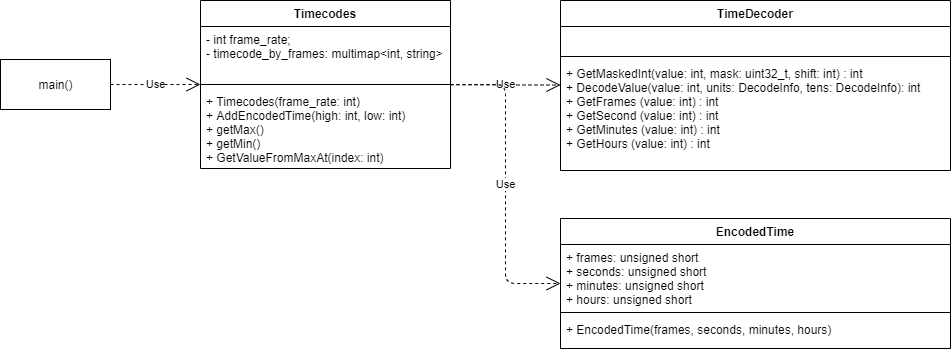
Above: images/time_decoder_diagram.png in sergio-nnz/linear-timecode-decoder (draw.io), before the change. Source tidied: cells renumbered, new cells last; positions are measured from the earlier drawing's top-left corner, leaving out a move shared by most shapes. The source it was exported from:
```xml
<mxGraphModel>
  <root>
    <mxCell id="0" />
    <mxCell id="1" parent="0" />
    <mxCell id="2" value="TimeDecoder" style="swimlane;fontStyle=1;align=center;verticalAlign=top;horizontal=1;startSize=26;" parent="1" vertex="1">
      <mxGeometry x="560" width="390" height="170" as="geometry" />
    </mxCell>
    <mxCell id="3" value=" " style="text;strokeColor=none;fillColor=none;align=left;verticalAlign=top;spacingLeft=4;spacingRight=4;overflow=hidden;" parent="2" vertex="1">
      <mxGeometry y="26" width="390" height="26" as="geometry" />
    </mxCell>
    <mxCell id="4" style="line;strokeWidth=1;fillColor=none;align=left;verticalAlign=middle;spacingTop=-1;spacingLeft=3;spacingRight=3;labelPosition=right;" parent="2" vertex="1">
      <mxGeometry y="52" width="390" height="8" as="geometry" />
    </mxCell>
    <mxCell id="5" value="+ GetMaskedInt(value: int, mask: uint32_t, shift: int) : int&#10;+ DecodeValue(value: int, units: DecodeInfo, tens: DecodeInfo): int &#10;+ GetFrames (value: int) : int&#10;+ GetSecond (value: int) : int&#10;+ GetMinutes (value: int) : int&#10;+ GetHours (value: int) : int&#10;" style="text;strokeColor=none;fillColor=none;align=left;verticalAlign=top;spacingLeft=4;spacingRight=4;overflow=hidden;" parent="2" vertex="1">
      <mxGeometry y="60" width="390" height="110" as="geometry" />
    </mxCell>
    <mxCell id="6" value="Timecodes" style="swimlane;fontStyle=1;align=center;verticalAlign=top;horizontal=1;startSize=26;" parent="1" vertex="1">
      <mxGeometry x="200" width="250" height="168" as="geometry" />
    </mxCell>
    <mxCell id="7" value="- int frame_rate;&#10;- timecode_by_frames: multimap&lt;int, string&gt;" style="text;strokeColor=none;fillColor=none;align=left;verticalAlign=top;spacingLeft=4;spacingRight=4;overflow=hidden;" parent="6" vertex="1">
      <mxGeometry y="26" width="250" height="54" as="geometry" />
    </mxCell>
    <mxCell id="8" style="line;strokeWidth=1;fillColor=none;align=left;verticalAlign=middle;spacingTop=-1;spacingLeft=3;spacingRight=3;labelPosition=right;" parent="6" vertex="1">
      <mxGeometry y="80" width="250" height="8" as="geometry" />
    </mxCell>
    <mxCell id="9" value="+ Timecodes(frame_rate: int)&#10;+ AddEncodedTime(high: int, low: int)&#10;+ getMax()&#10;+ getMin()&#10;+ GetValueFromMaxAt(index: int)" style="text;strokeColor=none;fillColor=none;align=left;verticalAlign=top;spacingLeft=4;spacingRight=4;overflow=hidden;" parent="6" vertex="1">
      <mxGeometry y="88" width="250" height="80" as="geometry" />
    </mxCell>
    <mxCell id="10" value="main()" style="html=1;" parent="1" vertex="1">
      <mxGeometry y="59" width="110" height="50" as="geometry" />
    </mxCell>
    <mxCell id="11" value="EncodedTime" style="swimlane;fontStyle=1;align=center;verticalAlign=top;horizontal=1;startSize=26;" parent="1" vertex="1">
      <mxGeometry x="560" y="218" width="390" height="130" as="geometry" />
    </mxCell>
    <mxCell id="12" value="+ frames: unsigned short&#10;+ seconds: unsigned short&#10;+ minutes: unsigned short&#10;+ hours: unsigned short" style="text;strokeColor=none;fillColor=none;align=left;verticalAlign=top;spacingLeft=4;spacingRight=4;overflow=hidden;" parent="11" vertex="1">
      <mxGeometry y="26" width="390" height="64" as="geometry" />
    </mxCell>
    <mxCell id="13" style="line;strokeWidth=1;fillColor=none;align=left;verticalAlign=middle;spacingTop=-1;spacingLeft=3;spacingRight=3;labelPosition=right;" parent="11" vertex="1">
      <mxGeometry y="90" width="390" height="8" as="geometry" />
    </mxCell>
    <mxCell id="14" value="+ EncodedTime(frames, seconds, minutes, hours)&#10;" style="text;strokeColor=none;fillColor=none;align=left;verticalAlign=top;spacingLeft=4;spacingRight=4;overflow=hidden;" parent="11" vertex="1">
      <mxGeometry y="98" width="390" height="32" as="geometry" />
    </mxCell>
    <mxCell id="15" value="Use" style="endArrow=open;endSize=12;dashed=1;html=1;" parent="1" edge="1" source="6" target="2">
      <mxGeometry relative="1" as="geometry" />
    </mxCell>
    <mxCell id="16" value="Use" style="endArrow=open;endSize=12;dashed=1;html=1;edgeStyle=elbowEdgeStyle;" parent="1" edge="1" source="6" target="11">
      <mxGeometry relative="1" as="geometry" />
    </mxCell>
    <mxCell id="17" value="Use" style="endArrow=open;endSize=12;dashed=1;html=1;" parent="1" edge="1" source="10" target="6">
      <mxGeometry relative="1" as="geometry" />
    </mxCell>
  </root>
</mxGraphModel>
```
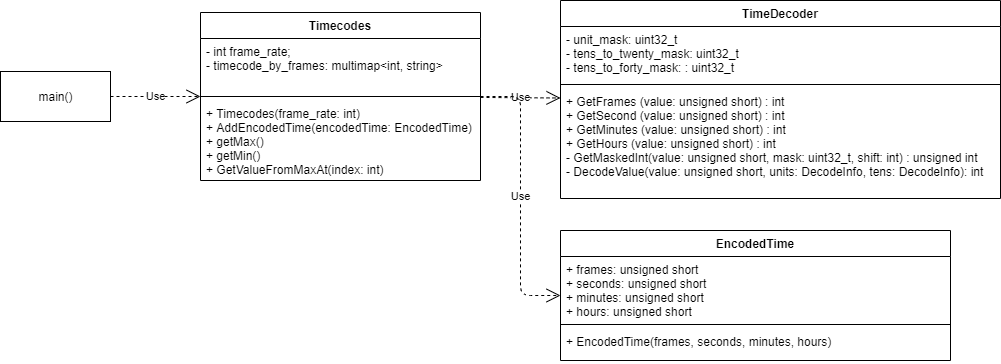
The same file after the commit.

The edit, as a diff of the source:
```diff
@@ -3,28 +3,28 @@
     <mxCell id="0" />
     <mxCell id="1" parent="0" />
     <mxCell id="2" value="TimeDecoder" style="swimlane;fontStyle=1;align=center;verticalAlign=top;horizontal=1;startSize=26;" parent="1" vertex="1">
-      <mxGeometry x="560" width="390" height="170" as="geometry" />
+      <mxGeometry x="560" y="-12" width="440" height="198" as="geometry" />
     </mxCell>
-    <mxCell id="3" value=" " style="text;strokeColor=none;fillColor=none;align=left;verticalAlign=top;spacingLeft=4;spacingRight=4;overflow=hidden;" parent="2" vertex="1">
-      <mxGeometry y="26" width="390" height="26" as="geometry" />
+    <mxCell id="3" value="- unit_mask: uint32_t&#10;- tens_to_twenty_mask: uint32_t&#10;- tens_to_forty_mask: : uint32_t" style="text;strokeColor=none;fillColor=none;align=left;verticalAlign=top;spacingLeft=4;spacingRight=4;overflow=hidden;" parent="2" vertex="1">
+      <mxGeometry y="26" width="440" height="54" as="geometry" />
     </mxCell>
     <mxCell id="4" style="line;strokeWidth=1;fillColor=none;align=left;verticalAlign=middle;spacingTop=-1;spacingLeft=3;spacingRight=3;labelPosition=right;" parent="2" vertex="1">
-      <mxGeometry y="52" width="390" height="8" as="geometry" />
+      <mxGeometry y="80" width="440" height="8" as="geometry" />
     </mxCell>
-    <mxCell id="5" value="+ GetMaskedInt(value: int, mask: uint32_t, shift: int) : int&#10;+ DecodeValue(value: int, units: DecodeInfo, tens: DecodeInfo): int &#10;+ GetFrames (value: int) : int&#10;+ GetSecond (value: int) : int&#10;+ GetMinutes (value: int) : int&#10;+ GetHours (value: int) : int&#10;" style="text;strokeColor=none;fillColor=none;align=left;verticalAlign=top;spacingLeft=4;spacingRight=4;overflow=hidden;" parent="2" vertex="1">
-      <mxGeometry y="60" width="390" height="110" as="geometry" />
+    <mxCell id="5" value="+ GetFrames (value: unsigned short) : int&#10;+ GetSecond (value: unsigned short) : int&#10;+ GetMinutes (value: unsigned short) : int&#10;+ GetHours (value: unsigned short) : int&#10;- GetMaskedInt(value: unsigned short, mask: uint32_t, shift: int) : unsigned int&#10;- DecodeValue(value: unsigned short, units: DecodeInfo, tens: DecodeInfo): int&#10;" style="text;strokeColor=none;fillColor=none;align=left;verticalAlign=top;spacingLeft=4;spacingRight=4;overflow=hidden;" parent="2" vertex="1">
+      <mxGeometry y="88" width="440" height="110" as="geometry" />
     </mxCell>
     <mxCell id="6" value="Timecodes" style="swimlane;fontStyle=1;align=center;verticalAlign=top;horizontal=1;startSize=26;" parent="1" vertex="1">
-      <mxGeometry x="200" width="250" height="168" as="geometry" />
+      <mxGeometry x="200" width="280" height="168" as="geometry" />
     </mxCell>
     <mxCell id="7" value="- int frame_rate;&#10;- timecode_by_frames: multimap&lt;int, string&gt;" style="text;strokeColor=none;fillColor=none;align=left;verticalAlign=top;spacingLeft=4;spacingRight=4;overflow=hidden;" parent="6" vertex="1">
-      <mxGeometry y="26" width="250" height="54" as="geometry" />
+      <mxGeometry y="26" width="280" height="54" as="geometry" />
     </mxCell>
     <mxCell id="8" style="line;strokeWidth=1;fillColor=none;align=left;verticalAlign=middle;spacingTop=-1;spacingLeft=3;spacingRight=3;labelPosition=right;" parent="6" vertex="1">
-      <mxGeometry y="80" width="250" height="8" as="geometry" />
+      <mxGeometry y="80" width="280" height="8" as="geometry" />
     </mxCell>
-    <mxCell id="9" value="+ Timecodes(frame_rate: int)&#10;+ AddEncodedTime(high: int, low: int)&#10;+ getMax()&#10;+ getMin()&#10;+ GetValueFromMaxAt(index: int)" style="text;strokeColor=none;fillColor=none;align=left;verticalAlign=top;spacingLeft=4;spacingRight=4;overflow=hidden;" parent="6" vertex="1">
-      <mxGeometry y="88" width="250" height="80" as="geometry" />
+    <mxCell id="9" value="+ Timecodes(frame_rate: int)&#10;+ AddEncodedTime(encodedTime: EncodedTime)&#10;+ getMax()&#10;+ getMin()&#10;+ GetValueFromMaxAt(index: int)" style="text;strokeColor=none;fillColor=none;align=left;verticalAlign=top;spacingLeft=4;spacingRight=4;overflow=hidden;" parent="6" vertex="1">
+      <mxGeometry y="88" width="280" height="80" as="geometry" />
     </mxCell>
     <mxCell id="10" value="main()" style="html=1;" parent="1" vertex="1">
       <mxGeometry y="59" width="110" height="50" as="geometry" />
```
